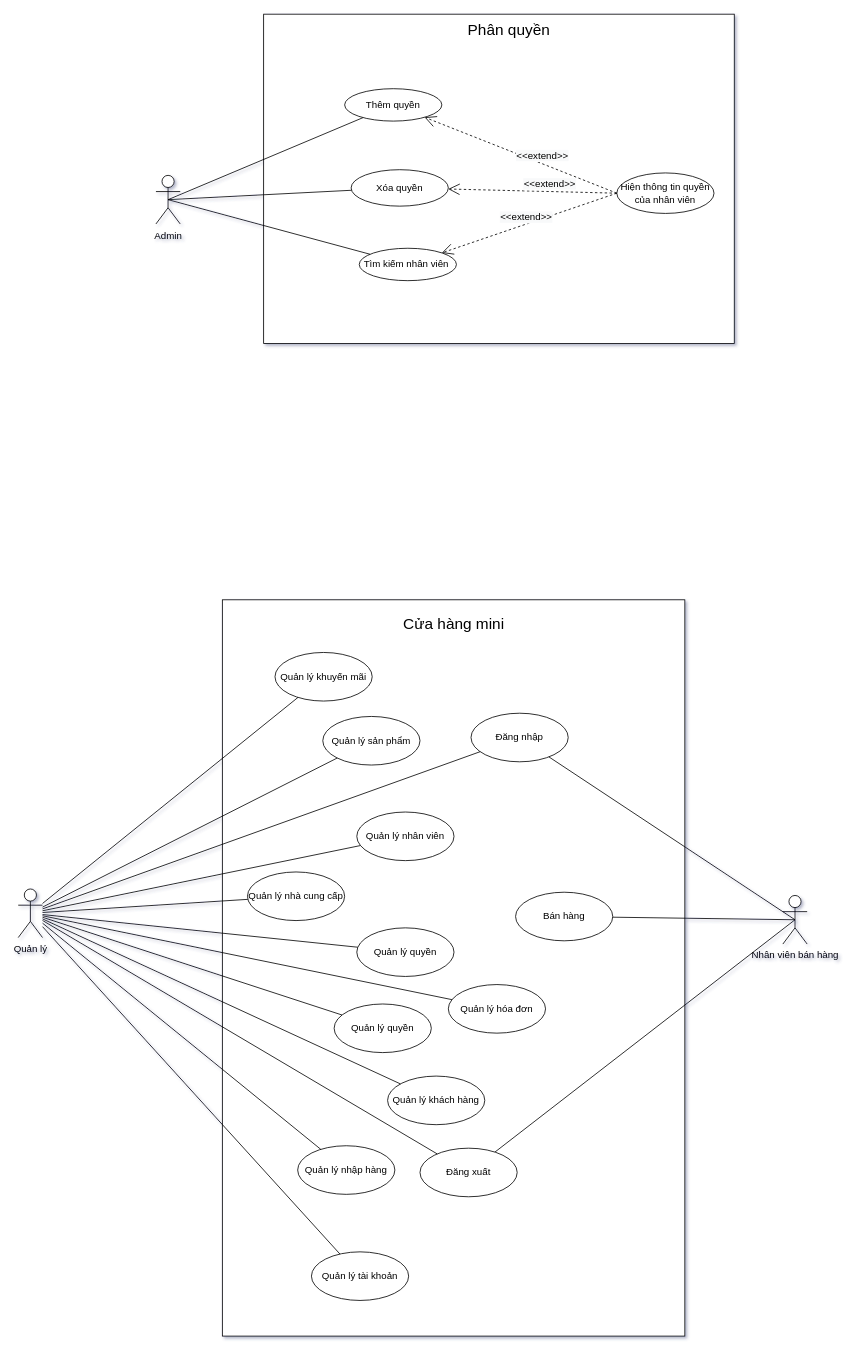
This is Phanquyen/Usecase.drawio from VoHoangDai/CNPM, a draw.io file, before an edit. Source tidied: cells renumbered, new cells numbered last; positions are measured from the earlier drawing's top-left corner, leaving out a move shared by most shapes. Both pictures are drawn from the tidied source at 81%, with x=0, y=0 at pixel (18, 14).
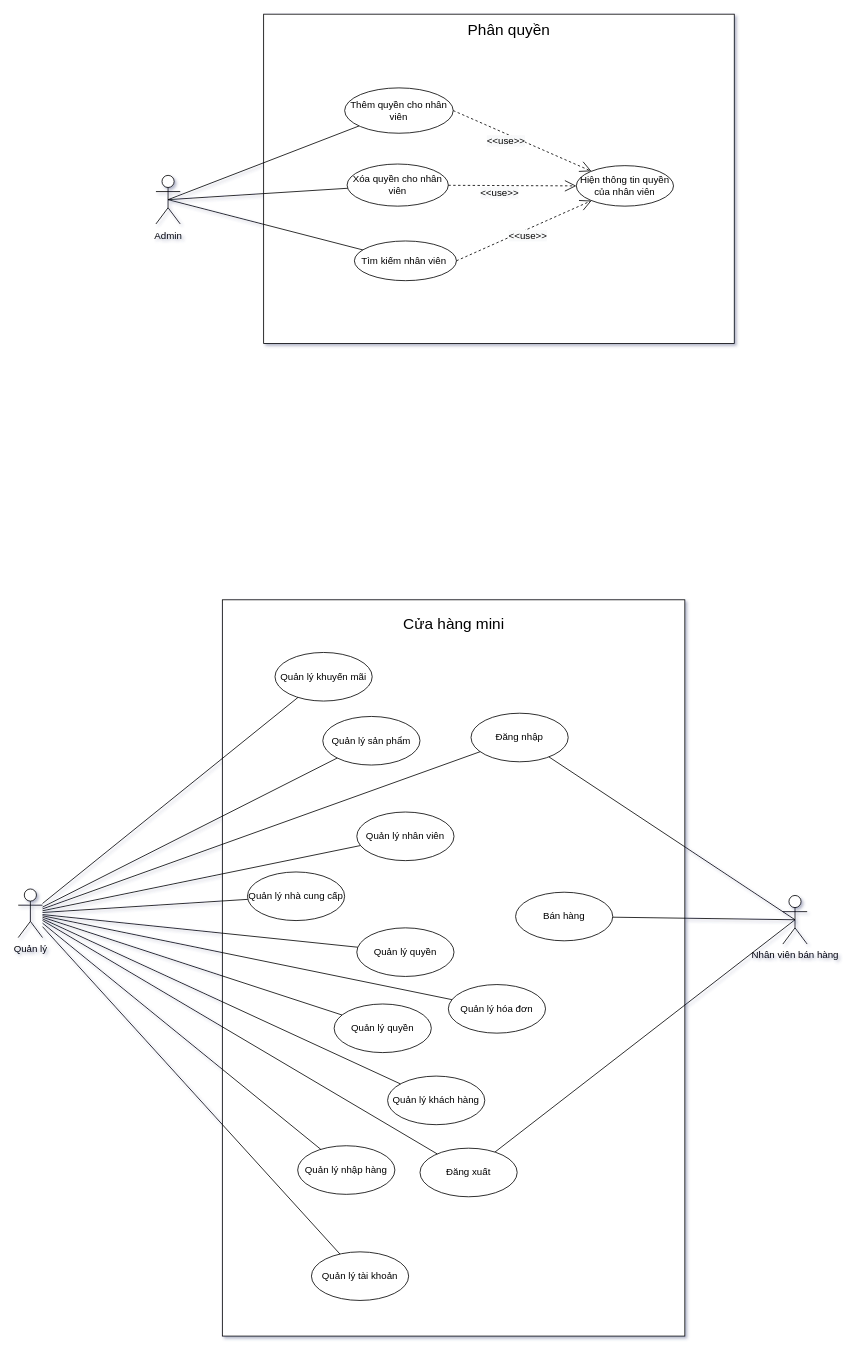
The same page after the edit.

Change to the diagram source:
```diff
@@
-    <mxCell id="6" value="Thêm quyền" style="ellipse;whiteSpace=wrap;html=1;" parent="1" vertex="1">
-      <mxGeometry x="403" y="92" width="120" height="40" as="geometry" />
+    <mxCell id="6" value="Thêm quyền cho nhân viên" style="ellipse;whiteSpace=wrap;html=1;" parent="1" vertex="1">
+      <mxGeometry x="403" y="91" width="134" height="56" as="geometry" />
     </mxCell>
-    <mxCell id="7" value="Xóa quyền" style="ellipse;whiteSpace=wrap;html=1;" parent="1" vertex="1">
-      <mxGeometry x="411" y="192" width="120" height="45" as="geometry" />
+    <mxCell id="7" value="Xóa quyền cho nhân viên" style="ellipse;whiteSpace=wrap;html=1;" parent="1" vertex="1">
+      <mxGeometry x="406" y="185" width="125" height="52" as="geometry" />
     </mxCell>
     <mxCell id="8" value="Tìm kiếm nhân viên&amp;nbsp;" style="ellipse;whiteSpace=wrap;html=1;" parent="1" vertex="1">
-      <mxGeometry x="421" y="289" width="120" height="40" as="geometry" />
+      <mxGeometry x="415" y="280" width="126" height="49" as="geometry" />
     </mxCell>
     <mxCell id="9" value="Hiện thông tin quyền của nhân viên" style="ellipse;whiteSpace=wrap;html=1;" parent="1" vertex="1">
-      <mxGeometry x="739" y="196" width="120" height="50" as="geometry" />
+      <mxGeometry x="689" y="187" width="120" height="50" as="geometry" />
     </mxCell>
@@
-    <mxCell id="12" value="&lt;span style=&quot;font-size: 12px; background-color: rgb(248, 249, 250);&quot;&gt;&amp;lt;&amp;lt;extend&amp;gt;&amp;gt;&lt;/span&gt;" style="endArrow=open;endSize=12;dashed=1;html=1;rounded=0;strokeColor=#000000;exitX=0;exitY=0.5;exitDx=0;exitDy=0;" parent="1" edge="1" source="9" target="7">
+    <mxCell id="12" value="&lt;span style=&quot;font-size: 12px ; background-color: rgb(248 , 249 , 250)&quot;&gt;&amp;lt;&amp;lt;use&amp;gt;&amp;gt;&lt;/span&gt;" style="endArrow=open;endSize=12;dashed=1;html=1;rounded=0;strokeColor=#000000;entryX=0;entryY=0.5;entryDx=0;entryDy=0;" parent="1" edge="1" source="7" target="9">
       <mxGeometry x="-0.2" y="-9" relative="1" as="geometry" />
     </mxCell>
@@
-    <mxCell id="45" value="&lt;span style=&quot;font-size: 12px; background-color: rgb(248, 249, 250);&quot;&gt;&amp;lt;&amp;lt;extend&amp;gt;&amp;gt;&lt;/span&gt;" style="endArrow=open;endSize=12;dashed=1;html=1;rounded=0;strokeColor=#000000;exitX=0;exitY=0.5;exitDx=0;exitDy=0;" parent="1" edge="1" source="9" target="6">
+    <mxCell id="45" value="&lt;span style=&quot;font-size: 12px ; background-color: rgb(248 , 249 , 250)&quot;&gt;&amp;lt;&amp;lt;use&amp;gt;&amp;gt;&lt;/span&gt;" style="endArrow=open;endSize=12;dashed=1;html=1;rounded=0;strokeColor=#000000;exitX=1;exitY=0.5;exitDx=0;exitDy=0;" parent="1" edge="1" source="6" target="9">
       <mxGeometry x="-0.2" y="-9" relative="1" as="geometry" />
     </mxCell>
-    <mxCell id="46" value="&lt;span style=&quot;font-size: 12px; background-color: rgb(248, 249, 250);&quot;&gt;&amp;lt;&amp;lt;extend&amp;gt;&amp;gt;&lt;/span&gt;" style="endArrow=open;endSize=12;dashed=1;html=1;rounded=0;strokeColor=#000000;exitX=0;exitY=0.5;exitDx=0;exitDy=0;" parent="1" edge="1" source="9" target="8">
+    <mxCell id="46" value="&lt;span style=&quot;font-size: 12px ; background-color: rgb(248 , 249 , 250)&quot;&gt;&amp;lt;&amp;lt;use&amp;gt;&amp;gt;&lt;/span&gt;" style="endArrow=open;endSize=12;dashed=1;html=1;rounded=0;strokeColor=#000000;exitX=1;exitY=0.5;exitDx=0;exitDy=0;" parent="1" edge="1" source="8" target="9">
       <mxGeometry x="0.02" y="-8" relative="1" as="geometry" />
     </mxCell>
```
